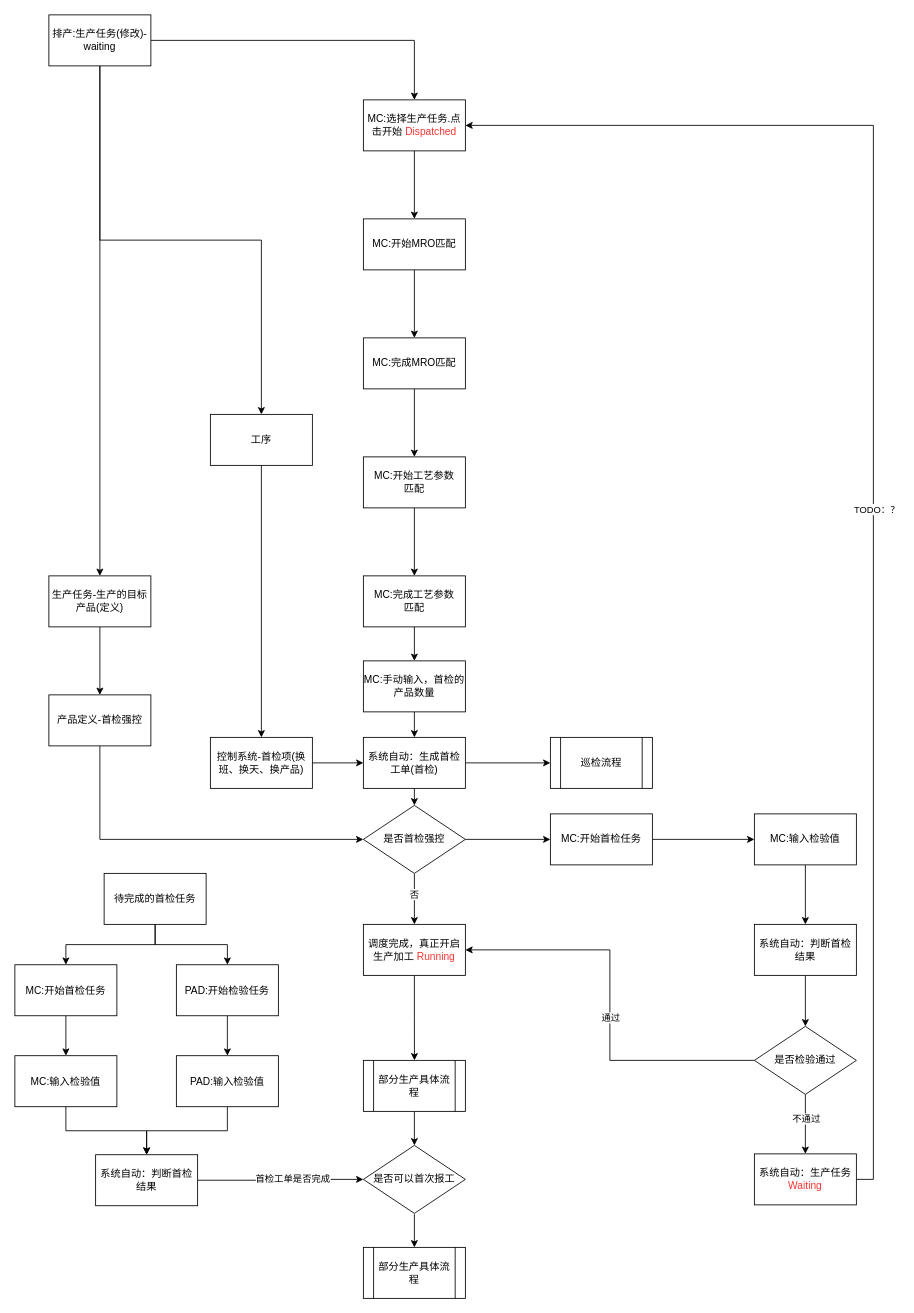
This is page "首检" (1 of 2) of 首检流程.drawio from sstlin/os-shell, a draw.io file, before an edit. Source tidied: cells renumbered, new cells numbered last; positions are measured from the earlier drawing's top-left corner, leaving out a move shared by most shapes. Both pictures are drawn from the tidied source at 85%, with x=0, y=0 at pixel (14, 14).
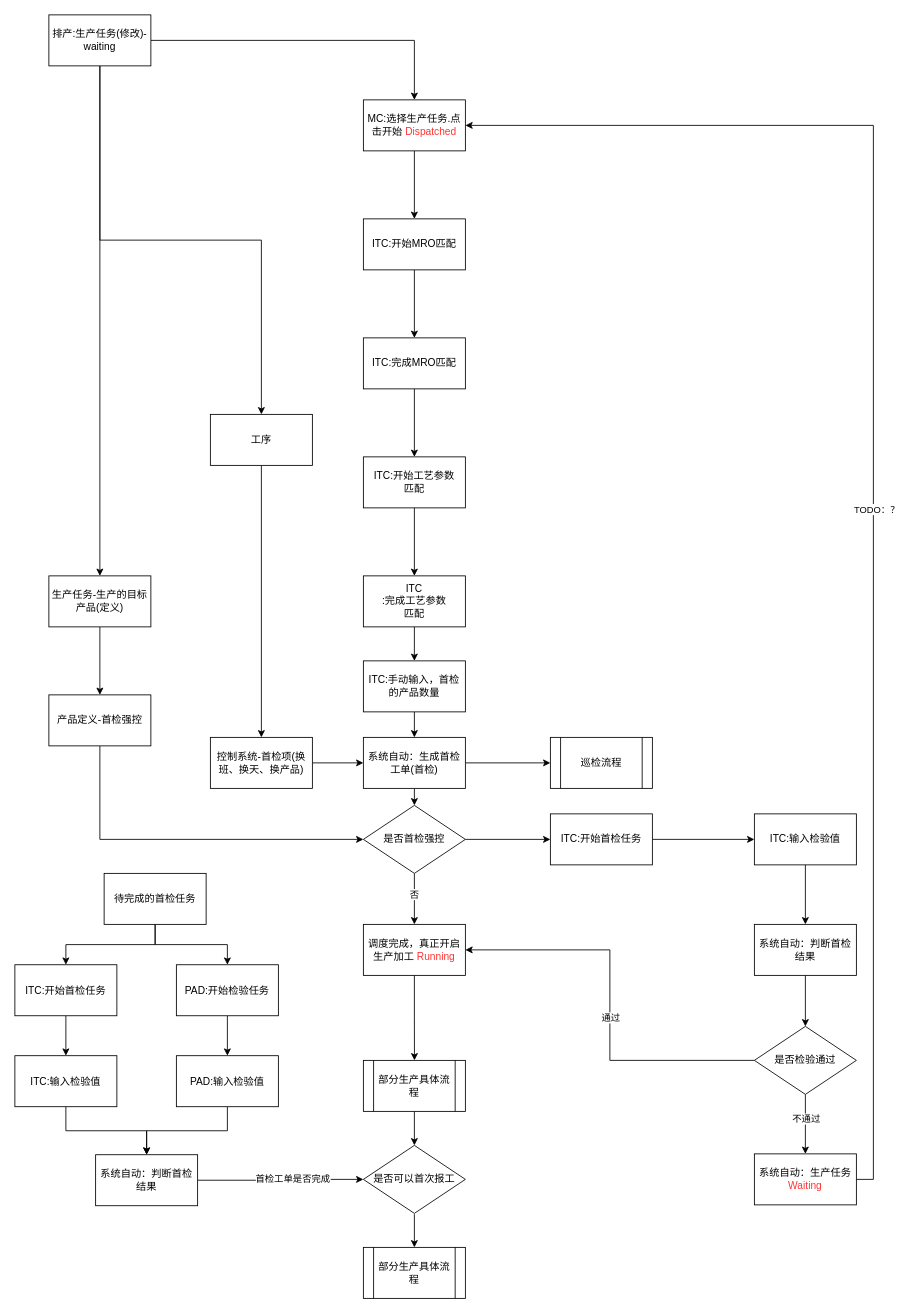
After the change.

The edit, as a diff of the source:
```diff
@@
-    <mxCell id="5" value="MC:开始MRO匹配" style="whiteSpace=wrap;html=1;rounded=0;" parent="1" vertex="1">
+    <mxCell id="5" value="ITC:开始MRO匹配" style="whiteSpace=wrap;html=1;rounded=0;" parent="1" vertex="1">
       <mxGeometry x="410" y="240" width="120" height="60" as="geometry" />
     </mxCell>
@@
-    <mxCell id="7" value="MC:完成MRO匹配" style="whiteSpace=wrap;html=1;rounded=0;" parent="1" vertex="1">
+    <mxCell id="7" value="ITC:完成MRO匹配" style="whiteSpace=wrap;html=1;rounded=0;" parent="1" vertex="1">
       <mxGeometry x="410" y="380" width="120" height="60" as="geometry" />
     </mxCell>
@@
-    <mxCell id="9" value="&lt;div&gt;MC:开始工艺参数&lt;/div&gt;&lt;div&gt;匹配&lt;/div&gt;" style="whiteSpace=wrap;html=1;rounded=0;" parent="1" vertex="1">
+    <mxCell id="9" value="ITC&lt;span style=&quot;background-color: initial;&quot;&gt;:开始工艺参数&lt;/span&gt;&lt;br&gt;&lt;div&gt;匹配&lt;/div&gt;" style="whiteSpace=wrap;html=1;rounded=0;" parent="1" vertex="1">
       <mxGeometry x="410" y="520" width="120" height="60" as="geometry" />
     </mxCell>
@@
-    <mxCell id="11" value="&lt;div&gt;MC:完成工艺参数&lt;/div&gt;&lt;div&gt;匹配&lt;/div&gt;" style="whiteSpace=wrap;html=1;rounded=0;" parent="1" vertex="1">
+    <mxCell id="11" value="ITC&lt;div&gt;:完成工艺参数&lt;/div&gt;&lt;div&gt;匹配&lt;/div&gt;" style="whiteSpace=wrap;html=1;rounded=0;" parent="1" vertex="1">
       <mxGeometry x="410" y="660" width="120" height="60" as="geometry" />
     </mxCell>
@@
-    <mxCell id="25" value="MC:开始首检任务" style="whiteSpace=wrap;html=1;rounded=0;" parent="1" vertex="1">
+    <mxCell id="25" value="ITC:开始首检任务" style="whiteSpace=wrap;html=1;rounded=0;" parent="1" vertex="1">
       <mxGeometry x="630" y="940" width="120" height="60" as="geometry" />
     </mxCell>
@@
-    <mxCell id="29" value="MC:输入检验值" style="whiteSpace=wrap;html=1;rounded=0;" parent="1" vertex="1">
+    <mxCell id="29" value="ITC:输入检验值" style="whiteSpace=wrap;html=1;rounded=0;" parent="1" vertex="1">
       <mxGeometry x="870" y="940" width="120" height="60" as="geometry" />
     </mxCell>
@@
-    <mxCell id="48" value="MC:输入检验值" style="whiteSpace=wrap;html=1;rounded=0;" parent="1" vertex="1">
+    <mxCell id="48" value="ITC:输入检验值" style="whiteSpace=wrap;html=1;rounded=0;" parent="1" vertex="1">
       <mxGeometry y="1224.5" width="120" height="60" as="geometry" />
     </mxCell>
@@
-    <mxCell id="52" value="MC:开始首检任务" style="whiteSpace=wrap;html=1;rounded=0;" parent="1" vertex="1">
+    <mxCell id="52" value="ITC:开始首检任务" style="whiteSpace=wrap;html=1;rounded=0;" parent="1" vertex="1">
       <mxGeometry y="1117.5" width="120" height="60" as="geometry" />
     </mxCell>
@@
-    <mxCell id="64" value="MC:手动输入，首检的产品数量" style="whiteSpace=wrap;html=1;rounded=0;" parent="1" vertex="1">
+    <mxCell id="64" value="ITC:手动输入，首检的产品数量" style="whiteSpace=wrap;html=1;rounded=0;" parent="1" vertex="1">
       <mxGeometry x="410" y="760" width="120" height="60" as="geometry" />
     </mxCell>
```
